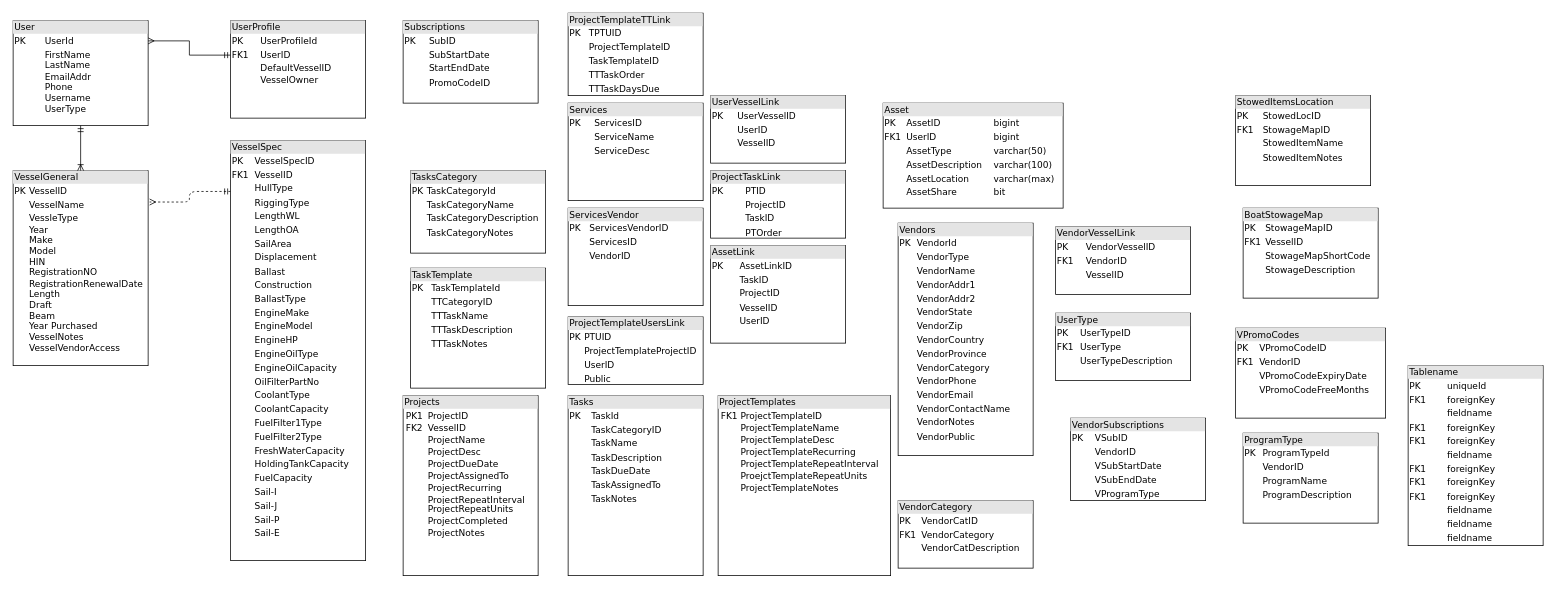
The draw.io diagram Database Diagram.drawio in RJWestrick/boatprojectdiagrams, before the edit. Source tidied: cells renumbered, new cells numbered last; positions are measured from the earlier drawing's top-left corner, leaving out a move shared by most shapes. Both pictures are drawn from the tidied source at 75%, with x=0, y=0 at pixel (13, 13).
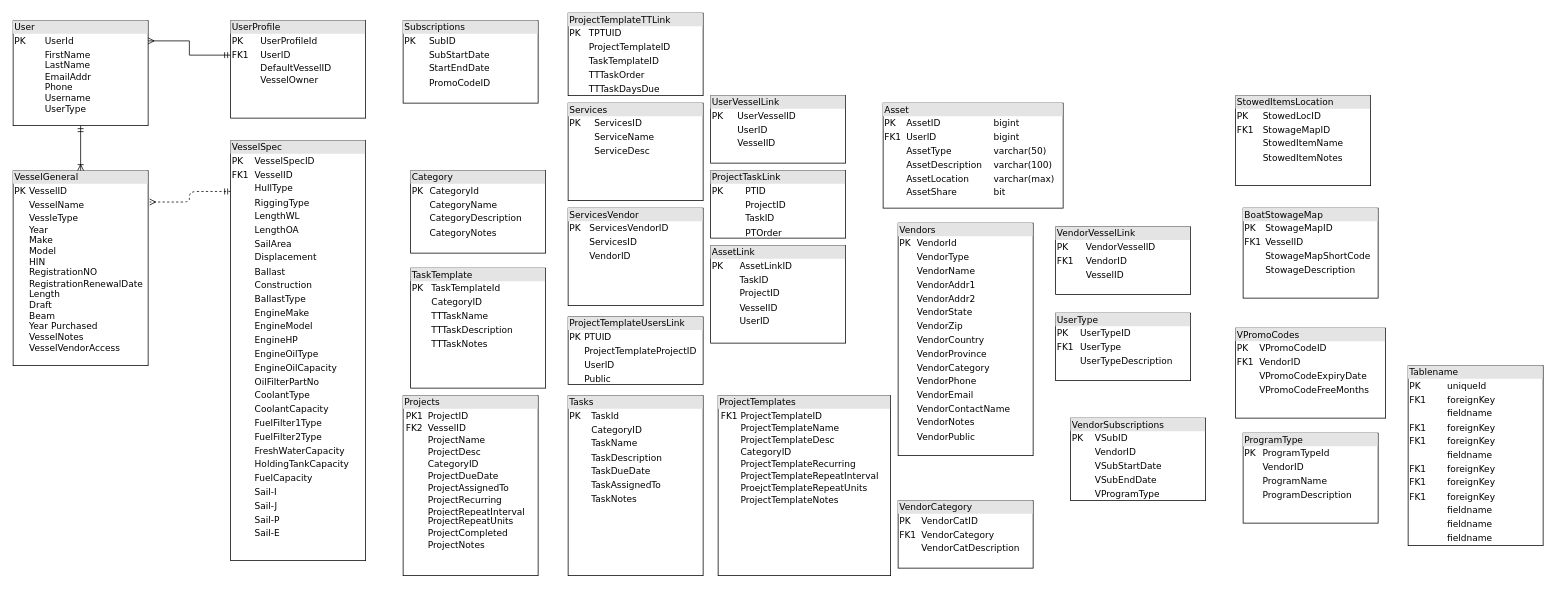
After the change.

The edit, as a diff of the source:
```diff
@@
-    <mxCell id="12" value="&lt;div style=&quot;box-sizing: border-box ; width: 100% ; background: #e4e4e4 ; padding: 2px&quot;&gt;Projects&lt;/div&gt;&lt;table style=&quot;width: 100% ; font-size: 1em&quot; cellpadding=&quot;2&quot; cellspacing=&quot;0&quot;&gt;&lt;tbody&gt;&lt;tr&gt;&lt;td&gt;&lt;table cellpadding=&quot;2&quot; cellspacing=&quot;0&quot; style=&quot;font-size: 1em ; width: 176px&quot;&gt;&lt;tbody style=&quot;line-height: 12px&quot;&gt;&lt;tr&gt;&lt;td&gt;PK1&lt;/td&gt;&lt;td&gt;&lt;span style=&quot;background-color: rgb(255 , 255 , 255)&quot;&gt;ProjectID&lt;/span&gt;&lt;/td&gt;&lt;/tr&gt;&lt;tr&gt;&lt;td&gt;FK2&lt;/td&gt;&lt;td&gt;&lt;span style=&quot;background-color: rgb(255 , 255 , 255)&quot;&gt;VesselID&lt;/span&gt;&lt;/td&gt;&lt;/tr&gt;&lt;tr&gt;&lt;td&gt;&lt;br&gt;&lt;/td&gt;&lt;td&gt;ProjectName&lt;/td&gt;&lt;/tr&gt;&lt;tr&gt;&lt;td&gt;&lt;br&gt;&lt;/td&gt;&lt;td&gt;ProjectDesc&lt;/td&gt;&lt;/tr&gt;&lt;tr&gt;&lt;td&gt;&lt;br&gt;&lt;/td&gt;&lt;td&gt;ProjectDueDate&lt;/td&gt;&lt;/tr&gt;&lt;tr&gt;&lt;td&gt;&lt;br&gt;&lt;/td&gt;&lt;td&gt;ProjectAssignedTo&lt;/td&gt;&lt;/tr&gt;&lt;tr&gt;&lt;td&gt;&lt;br&gt;&lt;/td&gt;&lt;td&gt;ProjectRecurring&lt;/td&gt;&lt;/tr&gt;&lt;tr&gt;&lt;td&gt;&lt;br&gt;&lt;/td&gt;&lt;td&gt;&lt;span style=&quot;background-color: rgb(255 , 255 , 255)&quot;&gt;ProjectRepeatInterval&lt;br&gt;ProjectRepeatUnits&lt;/span&gt;&lt;/td&gt;&lt;/tr&gt;&lt;tr&gt;&lt;td&gt;&lt;br&gt;&lt;/td&gt;&lt;td&gt;ProjectCompleted&lt;/td&gt;&lt;/tr&gt;&lt;tr&gt;&lt;td&gt;&lt;br&gt;&lt;/td&gt;&lt;td&gt;ProjectNotes&lt;/td&gt;&lt;/tr&gt;&lt;/tbody&gt;&lt;/table&gt;&lt;/td&gt;&lt;td&gt;&lt;/td&gt;&lt;/tr&gt;&lt;/tbody&gt;&lt;/table&gt;" style="verticalAlign=top;align=left;overflow=fill;html=1;rounded=0;shadow=0;comic=0;labelBackgroundColor=none;strokeWidth=1;fontFamily=Verdana;fontSize=12;" parent="1" vertex="1">
+    <mxCell id="12" value="&lt;div style=&quot;box-sizing: border-box ; width: 100% ; background: #e4e4e4 ; padding: 2px&quot;&gt;Projects&lt;/div&gt;&lt;table style=&quot;width: 100% ; font-size: 1em&quot; cellpadding=&quot;2&quot; cellspacing=&quot;0&quot;&gt;&lt;tbody&gt;&lt;tr&gt;&lt;td&gt;&lt;table cellpadding=&quot;2&quot; cellspacing=&quot;0&quot; style=&quot;font-size: 1em ; width: 176px&quot;&gt;&lt;tbody style=&quot;line-height: 12px&quot;&gt;&lt;tr&gt;&lt;td&gt;PK1&lt;/td&gt;&lt;td&gt;&lt;span style=&quot;background-color: rgb(255 , 255 , 255)&quot;&gt;ProjectID&lt;/span&gt;&lt;/td&gt;&lt;/tr&gt;&lt;tr&gt;&lt;td&gt;FK2&lt;/td&gt;&lt;td&gt;&lt;span style=&quot;background-color: rgb(255 , 255 , 255)&quot;&gt;VesselID&lt;/span&gt;&lt;/td&gt;&lt;/tr&gt;&lt;tr&gt;&lt;td&gt;&lt;br&gt;&lt;/td&gt;&lt;td&gt;ProjectName&lt;/td&gt;&lt;/tr&gt;&lt;tr&gt;&lt;td&gt;&lt;br&gt;&lt;/td&gt;&lt;td&gt;ProjectDesc&lt;/td&gt;&lt;/tr&gt;&lt;tr&gt;&lt;td&gt;&lt;br&gt;&lt;/td&gt;&lt;td&gt;CategoryID&lt;/td&gt;&lt;/tr&gt;&lt;tr&gt;&lt;td&gt;&lt;br&gt;&lt;/td&gt;&lt;td&gt;ProjectDueDate&lt;/td&gt;&lt;/tr&gt;&lt;tr&gt;&lt;td&gt;&lt;br&gt;&lt;/td&gt;&lt;td&gt;ProjectAssignedTo&lt;/td&gt;&lt;/tr&gt;&lt;tr&gt;&lt;td&gt;&lt;br&gt;&lt;/td&gt;&lt;td&gt;ProjectRecurring&lt;/td&gt;&lt;/tr&gt;&lt;tr&gt;&lt;td&gt;&lt;br&gt;&lt;/td&gt;&lt;td&gt;&lt;span style=&quot;background-color: rgb(255 , 255 , 255)&quot;&gt;ProjectRepeatInterval&lt;br&gt;ProjectRepeatUnits&lt;/span&gt;&lt;/td&gt;&lt;/tr&gt;&lt;tr&gt;&lt;td&gt;&lt;br&gt;&lt;/td&gt;&lt;td&gt;ProjectCompleted&lt;/td&gt;&lt;/tr&gt;&lt;tr&gt;&lt;td&gt;&lt;br&gt;&lt;/td&gt;&lt;td&gt;ProjectNotes&lt;/td&gt;&lt;/tr&gt;&lt;/tbody&gt;&lt;/table&gt;&lt;/td&gt;&lt;td&gt;&lt;/td&gt;&lt;/tr&gt;&lt;/tbody&gt;&lt;/table&gt;" style="verticalAlign=top;align=left;overflow=fill;html=1;rounded=0;shadow=0;comic=0;labelBackgroundColor=none;strokeWidth=1;fontFamily=Verdana;fontSize=12;" parent="1" vertex="1">
       <mxGeometry x="520" y="510" width="180" height="240" as="geometry" />
     </mxCell>
-    <mxCell id="13" value="&lt;div style=&quot;box-sizing: border-box ; width: 100% ; background: #e4e4e4 ; padding: 2px&quot;&gt;ProjectTemplates&lt;/div&gt;&lt;table style=&quot;width: 100% ; font-size: 1em&quot; cellpadding=&quot;2&quot; cellspacing=&quot;0&quot;&gt;&lt;tbody&gt;&lt;tr&gt;&lt;td&gt;&lt;table cellpadding=&quot;2&quot; cellspacing=&quot;0&quot; style=&quot;font-size: 1em ; width: 176px&quot;&gt;&lt;tbody style=&quot;line-height: 12px&quot;&gt;&lt;tr&gt;&lt;td&gt;FK1&lt;/td&gt;&lt;td&gt;&lt;span style=&quot;background-color: rgb(255 , 255 , 255)&quot;&gt;ProjectTemplateID&lt;/span&gt;&lt;/td&gt;&lt;/tr&gt;&lt;tr&gt;&lt;td&gt;&lt;br&gt;&lt;/td&gt;&lt;td&gt;ProjectTemplateName&lt;/td&gt;&lt;/tr&gt;&lt;tr&gt;&lt;td&gt;&lt;br&gt;&lt;/td&gt;&lt;td&gt;ProjectTemplateDesc&lt;/td&gt;&lt;/tr&gt;&lt;tr&gt;&lt;td&gt;&lt;br&gt;&lt;/td&gt;&lt;td&gt;ProjectTemplateRecurring&lt;/td&gt;&lt;/tr&gt;&lt;tr&gt;&lt;td&gt;&lt;br&gt;&lt;/td&gt;&lt;td&gt;&lt;span style=&quot;background-color: rgb(255 , 255 , 255)&quot;&gt;ProjectTemplateRepeatInterval&lt;/span&gt;&lt;/td&gt;&lt;/tr&gt;&lt;tr&gt;&lt;td&gt;&lt;br&gt;&lt;/td&gt;&lt;td&gt;ProejctTemplateRepeatUnits&lt;/td&gt;&lt;/tr&gt;&lt;tr&gt;&lt;td&gt;&lt;br&gt;&lt;/td&gt;&lt;td&gt;ProjectTemplateNotes&lt;/td&gt;&lt;/tr&gt;&lt;/tbody&gt;&lt;/table&gt;&lt;/td&gt;&lt;td&gt;&lt;/td&gt;&lt;/tr&gt;&lt;/tbody&gt;&lt;/table&gt;" style="verticalAlign=top;align=left;overflow=fill;html=1;rounded=0;shadow=0;comic=0;labelBackgroundColor=none;strokeWidth=1;fontFamily=Verdana;fontSize=12;" parent="1" vertex="1">
+    <mxCell id="13" value="&lt;div style=&quot;box-sizing: border-box ; width: 100% ; background: #e4e4e4 ; padding: 2px&quot;&gt;ProjectTemplates&lt;/div&gt;&lt;table style=&quot;width: 100% ; font-size: 1em&quot; cellpadding=&quot;2&quot; cellspacing=&quot;0&quot;&gt;&lt;tbody&gt;&lt;tr&gt;&lt;td&gt;&lt;table cellpadding=&quot;2&quot; cellspacing=&quot;0&quot; style=&quot;font-size: 1em ; width: 176px&quot;&gt;&lt;tbody style=&quot;line-height: 12px&quot;&gt;&lt;tr&gt;&lt;td&gt;FK1&lt;/td&gt;&lt;td&gt;&lt;span style=&quot;background-color: rgb(255 , 255 , 255)&quot;&gt;ProjectTemplateID&lt;/span&gt;&lt;/td&gt;&lt;/tr&gt;&lt;tr&gt;&lt;td&gt;&lt;br&gt;&lt;/td&gt;&lt;td&gt;ProjectTemplateName&lt;/td&gt;&lt;/tr&gt;&lt;tr&gt;&lt;td&gt;&lt;br&gt;&lt;/td&gt;&lt;td&gt;ProjectTemplateDesc&lt;/td&gt;&lt;/tr&gt;&lt;tr&gt;&lt;td&gt;&lt;br&gt;&lt;/td&gt;&lt;td&gt;CategoryID&lt;/td&gt;&lt;/tr&gt;&lt;tr&gt;&lt;td&gt;&lt;br&gt;&lt;/td&gt;&lt;td&gt;ProjectTemplateRecurring&lt;/td&gt;&lt;/tr&gt;&lt;tr&gt;&lt;td&gt;&lt;br&gt;&lt;/td&gt;&lt;td&gt;&lt;span style=&quot;background-color: rgb(255 , 255 , 255)&quot;&gt;ProjectTemplateRepeatInterval&lt;/span&gt;&lt;/td&gt;&lt;/tr&gt;&lt;tr&gt;&lt;td&gt;&lt;br&gt;&lt;/td&gt;&lt;td&gt;ProejctTemplateRepeatUnits&lt;/td&gt;&lt;/tr&gt;&lt;tr&gt;&lt;td&gt;&lt;br&gt;&lt;/td&gt;&lt;td&gt;ProjectTemplateNotes&lt;/td&gt;&lt;/tr&gt;&lt;/tbody&gt;&lt;/table&gt;&lt;/td&gt;&lt;td&gt;&lt;/td&gt;&lt;/tr&gt;&lt;/tbody&gt;&lt;/table&gt;" style="verticalAlign=top;align=left;overflow=fill;html=1;rounded=0;shadow=0;comic=0;labelBackgroundColor=none;strokeWidth=1;fontFamily=Verdana;fontSize=12;" parent="1" vertex="1">
       <mxGeometry x="940" y="510" width="230" height="240" as="geometry" />
     </mxCell>
-    <mxCell id="14" value="&lt;div style=&quot;box-sizing: border-box ; width: 100% ; background: #e4e4e4 ; padding: 2px&quot;&gt;Tasks&lt;/div&gt;&lt;table style=&quot;width: 100% ; font-size: 1em&quot; cellpadding=&quot;2&quot; cellspacing=&quot;0&quot;&gt;&lt;tbody&gt;&lt;tr&gt;&lt;td&gt;PK&lt;/td&gt;&lt;td&gt;TaskId&lt;/td&gt;&lt;/tr&gt;&lt;tr&gt;&lt;td&gt;&lt;br&gt;&lt;/td&gt;&lt;td&gt;TaskCategoryID&lt;/td&gt;&lt;/tr&gt;&lt;tr&gt;&lt;td&gt;&lt;/td&gt;&lt;td&gt;TaskName&lt;/td&gt;&lt;/tr&gt;&lt;tr&gt;&lt;td&gt;&lt;br&gt;&lt;/td&gt;&lt;td&gt;TaskDescription&lt;/td&gt;&lt;/tr&gt;&lt;tr&gt;&lt;td&gt;&lt;br&gt;&lt;/td&gt;&lt;td&gt;TaskDueDate&lt;br&gt;&lt;/td&gt;&lt;/tr&gt;&lt;tr&gt;&lt;td&gt;&lt;br&gt;&lt;/td&gt;&lt;td&gt;TaskAssignedTo&lt;/td&gt;&lt;/tr&gt;&lt;tr&gt;&lt;td&gt;&lt;br&gt;&lt;/td&gt;&lt;td&gt;TaskNotes&lt;br&gt;&lt;/td&gt;&lt;/tr&gt;&lt;/tbody&gt;&lt;/table&gt;" style="verticalAlign=top;align=left;overflow=fill;html=1;rounded=0;shadow=0;comic=0;labelBackgroundColor=none;strokeWidth=1;fontFamily=Verdana;fontSize=12;" parent="1" vertex="1">
+    <mxCell id="14" value="&lt;div style=&quot;box-sizing: border-box ; width: 100% ; background: #e4e4e4 ; padding: 2px&quot;&gt;Tasks&lt;/div&gt;&lt;table style=&quot;width: 100% ; font-size: 1em&quot; cellpadding=&quot;2&quot; cellspacing=&quot;0&quot;&gt;&lt;tbody&gt;&lt;tr&gt;&lt;td&gt;PK&lt;/td&gt;&lt;td&gt;TaskId&lt;/td&gt;&lt;/tr&gt;&lt;tr&gt;&lt;td&gt;&lt;br&gt;&lt;/td&gt;&lt;td&gt;CategoryID&lt;/td&gt;&lt;/tr&gt;&lt;tr&gt;&lt;td&gt;&lt;/td&gt;&lt;td&gt;TaskName&lt;/td&gt;&lt;/tr&gt;&lt;tr&gt;&lt;td&gt;&lt;br&gt;&lt;/td&gt;&lt;td&gt;TaskDescription&lt;/td&gt;&lt;/tr&gt;&lt;tr&gt;&lt;td&gt;&lt;br&gt;&lt;/td&gt;&lt;td&gt;TaskDueDate&lt;br&gt;&lt;/td&gt;&lt;/tr&gt;&lt;tr&gt;&lt;td&gt;&lt;br&gt;&lt;/td&gt;&lt;td&gt;TaskAssignedTo&lt;/td&gt;&lt;/tr&gt;&lt;tr&gt;&lt;td&gt;&lt;br&gt;&lt;/td&gt;&lt;td&gt;TaskNotes&lt;br&gt;&lt;/td&gt;&lt;/tr&gt;&lt;/tbody&gt;&lt;/table&gt;" style="verticalAlign=top;align=left;overflow=fill;html=1;rounded=0;shadow=0;comic=0;labelBackgroundColor=none;strokeWidth=1;fontFamily=Verdana;fontSize=12;" parent="1" vertex="1">
       <mxGeometry x="740" y="510" width="180" height="240" as="geometry" />
     </mxCell>
@@
-    <mxCell id="25" value="&lt;div style=&quot;box-sizing: border-box ; width: 100% ; background: #e4e4e4 ; padding: 2px&quot;&gt;TasksCategory&lt;/div&gt;&lt;table style=&quot;width: 100% ; font-size: 1em&quot; cellpadding=&quot;2&quot; cellspacing=&quot;0&quot;&gt;&lt;tbody&gt;&lt;tr&gt;&lt;td&gt;PK&lt;/td&gt;&lt;td&gt;TaskCategoryId&lt;/td&gt;&lt;/tr&gt;&lt;tr&gt;&lt;td&gt;&lt;br&gt;&lt;/td&gt;&lt;td&gt;TaskCategoryName&lt;/td&gt;&lt;/tr&gt;&lt;tr&gt;&lt;td&gt;&lt;br&gt;&lt;/td&gt;&lt;td&gt;TaskCategoryDescription&lt;/td&gt;&lt;/tr&gt;&lt;tr&gt;&lt;td&gt;&lt;/td&gt;&lt;td&gt;TaskCategoryNotes&lt;/td&gt;&lt;/tr&gt;&lt;/tbody&gt;&lt;/table&gt;" style="verticalAlign=top;align=left;overflow=fill;html=1;rounded=0;shadow=0;comic=0;labelBackgroundColor=none;strokeWidth=1;fontFamily=Verdana;fontSize=12;" parent="1" vertex="1">
+    <mxCell id="25" value="&lt;div style=&quot;box-sizing: border-box ; width: 100% ; background: #e4e4e4 ; padding: 2px&quot;&gt;Category&lt;/div&gt;&lt;table style=&quot;width: 100% ; font-size: 1em&quot; cellpadding=&quot;2&quot; cellspacing=&quot;0&quot;&gt;&lt;tbody&gt;&lt;tr&gt;&lt;td&gt;PK&lt;/td&gt;&lt;td&gt;CategoryId&lt;/td&gt;&lt;/tr&gt;&lt;tr&gt;&lt;td&gt;&lt;br&gt;&lt;/td&gt;&lt;td&gt;CategoryName&lt;/td&gt;&lt;/tr&gt;&lt;tr&gt;&lt;td&gt;&lt;br&gt;&lt;/td&gt;&lt;td&gt;CategoryDescription&lt;/td&gt;&lt;/tr&gt;&lt;tr&gt;&lt;td&gt;&lt;/td&gt;&lt;td&gt;CategoryNotes&lt;/td&gt;&lt;/tr&gt;&lt;/tbody&gt;&lt;/table&gt;" style="verticalAlign=top;align=left;overflow=fill;html=1;rounded=0;shadow=0;comic=0;labelBackgroundColor=none;strokeWidth=1;fontFamily=Verdana;fontSize=12;" parent="1" vertex="1">
       <mxGeometry x="530" y="210" width="180" height="110" as="geometry" />
     </mxCell>
@@
-    <mxCell id="30" value="&lt;div style=&quot;box-sizing: border-box ; width: 100% ; background: #e4e4e4 ; padding: 2px&quot;&gt;TaskTemplate&lt;/div&gt;&lt;table style=&quot;width: 100% ; font-size: 1em&quot; cellpadding=&quot;2&quot; cellspacing=&quot;0&quot;&gt;&lt;tbody&gt;&lt;tr&gt;&lt;td&gt;PK&lt;/td&gt;&lt;td&gt;TaskTemplateId&lt;/td&gt;&lt;/tr&gt;&lt;tr&gt;&lt;td&gt;&lt;br&gt;&lt;/td&gt;&lt;td&gt;TTCategoryID&lt;/td&gt;&lt;/tr&gt;&lt;tr&gt;&lt;td&gt;&lt;/td&gt;&lt;td&gt;TTTaskName&lt;/td&gt;&lt;/tr&gt;&lt;tr&gt;&lt;td&gt;&lt;br&gt;&lt;/td&gt;&lt;td&gt;TTTaskDescription&lt;/td&gt;&lt;/tr&gt;&lt;tr&gt;&lt;td&gt;&lt;br&gt;&lt;/td&gt;&lt;td&gt;TTTaskNotes&lt;br&gt;&lt;/td&gt;&lt;/tr&gt;&lt;/tbody&gt;&lt;/table&gt;" style="verticalAlign=top;align=left;overflow=fill;html=1;rounded=0;shadow=0;comic=0;labelBackgroundColor=none;strokeWidth=1;fontFamily=Verdana;fontSize=12;" parent="1" vertex="1">
+    <mxCell id="30" value="&lt;div style=&quot;box-sizing: border-box ; width: 100% ; background: #e4e4e4 ; padding: 2px&quot;&gt;TaskTemplate&lt;/div&gt;&lt;table style=&quot;width: 100% ; font-size: 1em&quot; cellpadding=&quot;2&quot; cellspacing=&quot;0&quot;&gt;&lt;tbody&gt;&lt;tr&gt;&lt;td&gt;PK&lt;/td&gt;&lt;td&gt;TaskTemplateId&lt;/td&gt;&lt;/tr&gt;&lt;tr&gt;&lt;td&gt;&lt;br&gt;&lt;/td&gt;&lt;td&gt;CategoryID&lt;/td&gt;&lt;/tr&gt;&lt;tr&gt;&lt;td&gt;&lt;/td&gt;&lt;td&gt;TTTaskName&lt;/td&gt;&lt;/tr&gt;&lt;tr&gt;&lt;td&gt;&lt;br&gt;&lt;/td&gt;&lt;td&gt;TTTaskDescription&lt;/td&gt;&lt;/tr&gt;&lt;tr&gt;&lt;td&gt;&lt;br&gt;&lt;/td&gt;&lt;td&gt;TTTaskNotes&lt;br&gt;&lt;/td&gt;&lt;/tr&gt;&lt;/tbody&gt;&lt;/table&gt;" style="verticalAlign=top;align=left;overflow=fill;html=1;rounded=0;shadow=0;comic=0;labelBackgroundColor=none;strokeWidth=1;fontFamily=Verdana;fontSize=12;" parent="1" vertex="1">
       <mxGeometry x="530" y="340" width="180" height="160" as="geometry" />
     </mxCell>
```
